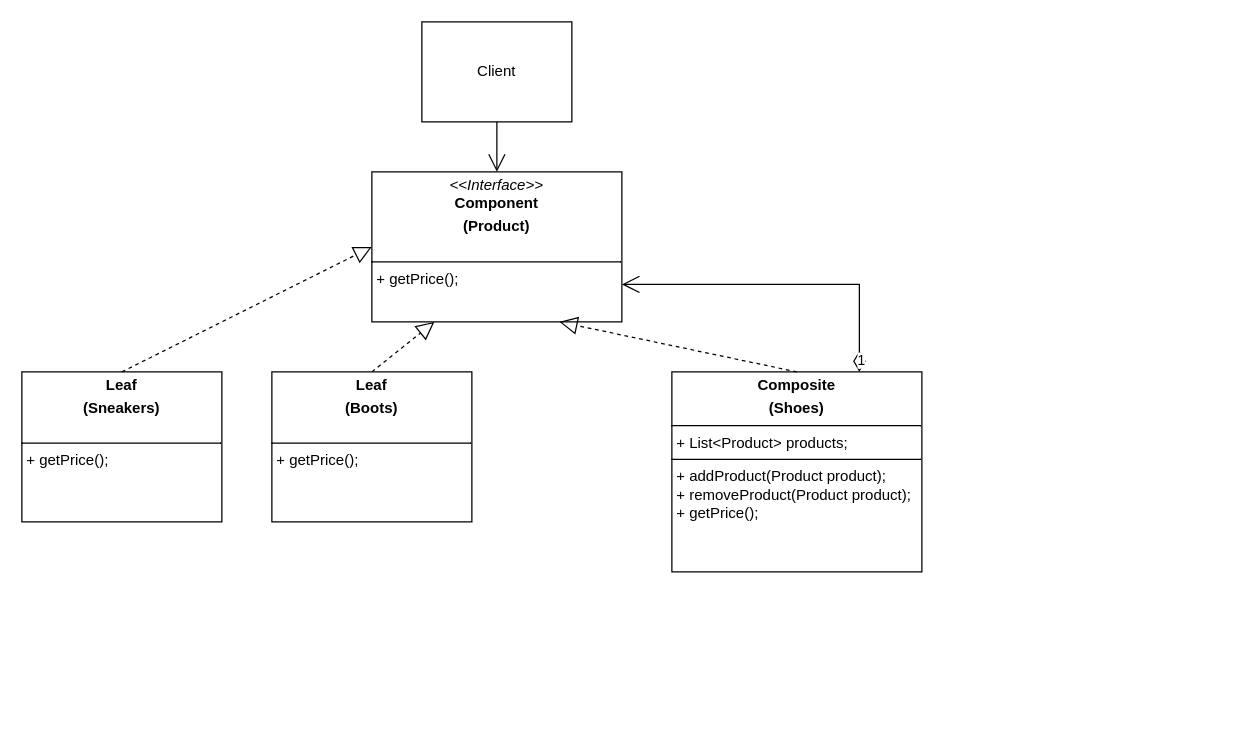
Earlier version of the draw.io diagram docs/diagrams/structural/composite.drawio (AntonKhliebnikov/GoF-Patterns). Source tidied: cells renumbered, new cells numbered last; positions are measured from the earlier drawing's top-left corner, leaving out a move shared by most shapes. Both pictures are drawn from the tidied source at 125%, with x=0, y=0 at pixel (21, 21).
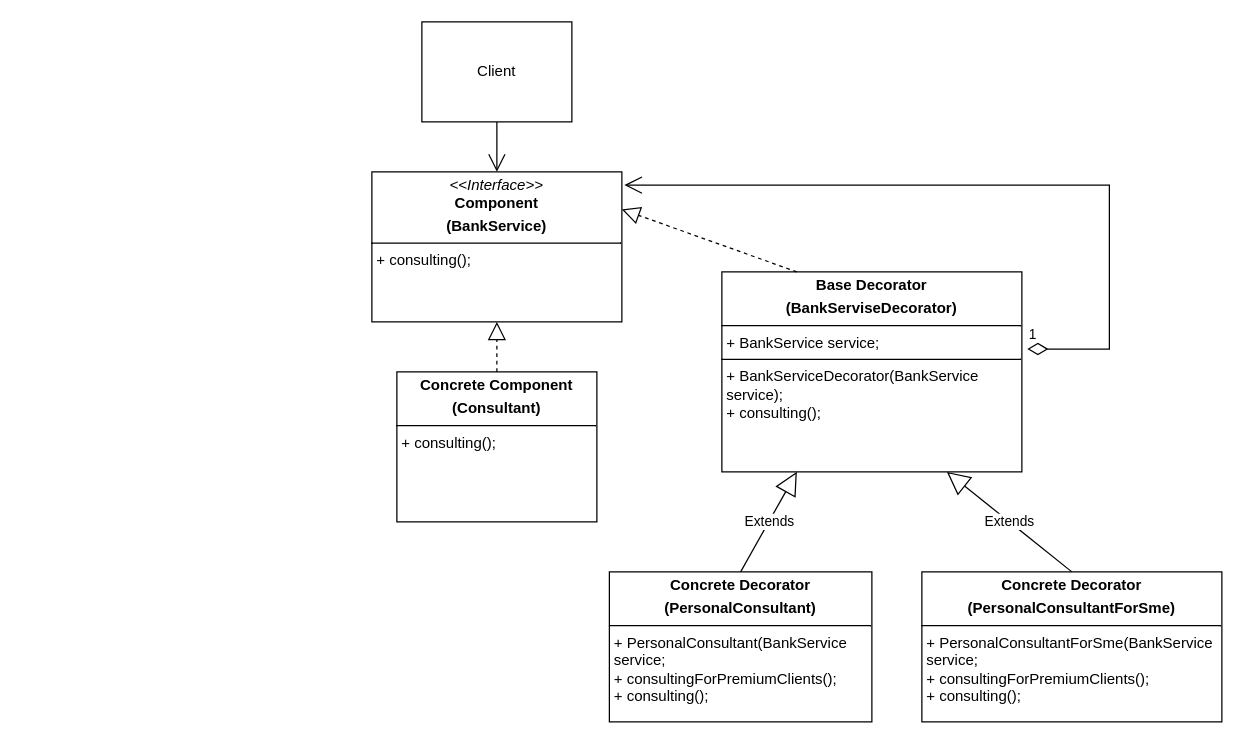
The same page after the edit.

Commit message (it also covers changes not shown here):
Implemented Decorator pattern, Add diagram for Decorator pattern

The edit, as a diff of the source:
```diff
@@
 <mxGraphModel>
   <root>
     <mxCell id="0" />
     <mxCell id="1" parent="0" />
-    <mxCell id="2" value="&lt;p style=&quot;margin:0px;margin-top:4px;text-align:center;&quot;&gt;&lt;i&gt;&amp;lt;&amp;lt;Interface&amp;gt;&amp;gt;&lt;/i&gt;&lt;br&gt;&lt;b&gt;Component&lt;/b&gt;&lt;/p&gt;&lt;p style=&quot;margin:0px;margin-top:4px;text-align:center;&quot;&gt;&lt;b&gt;(Product)&lt;/b&gt;&lt;/p&gt;&lt;p style=&quot;margin:0px;margin-left:4px;&quot;&gt;&lt;br&gt;&lt;/p&gt;&lt;hr size=&quot;1&quot; style=&quot;border-style:solid;&quot;&gt;&lt;p style=&quot;margin:0px;margin-left:4px;&quot;&gt;+ getPrice();&lt;br&gt;&lt;br&gt;&lt;/p&gt;" style="verticalAlign=top;align=left;overflow=fill;html=1;whiteSpace=wrap;" parent="1" vertex="1">
+    <mxCell id="2" value="&lt;p style=&quot;margin:0px;margin-top:4px;text-align:center;&quot;&gt;&lt;i&gt;&amp;lt;&amp;lt;Interface&amp;gt;&amp;gt;&lt;/i&gt;&lt;br&gt;&lt;b&gt;Component&lt;/b&gt;&lt;/p&gt;&lt;p style=&quot;margin:0px;margin-top:4px;text-align:center;&quot;&gt;&lt;b&gt;(BankService)&lt;/b&gt;&lt;/p&gt;&lt;hr size=&quot;1&quot; style=&quot;border-style:solid;&quot;&gt;&lt;p style=&quot;margin:0px;margin-left:4px;&quot;&gt;+ consulting();&lt;br&gt;&lt;br&gt;&lt;/p&gt;" style="verticalAlign=top;align=left;overflow=fill;html=1;whiteSpace=wrap;" parent="1" vertex="1">
       <mxGeometry x="280" y="120" width="200" height="120" as="geometry" />
     </mxCell>
     <mxCell id="3" value="Client" style="html=1;whiteSpace=wrap;" parent="1" vertex="1">
       <mxGeometry x="320" width="120" height="80" as="geometry" />
     </mxCell>
-    <mxCell id="4" value="&lt;p style=&quot;margin:0px;margin-top:4px;text-align:center;&quot;&gt;&lt;b&gt;Leaf&lt;/b&gt;&lt;/p&gt;&lt;p style=&quot;margin:0px;margin-top:4px;text-align:center;&quot;&gt;&lt;b&gt;(Boots)&lt;/b&gt;&lt;/p&gt;&lt;p style=&quot;margin:0px;margin-left:4px;&quot;&gt;&lt;br&gt;&lt;/p&gt;&lt;hr size=&quot;1&quot; style=&quot;border-style:solid;&quot;&gt;&lt;p style=&quot;margin:0px;margin-left:4px;&quot;&gt;+ getPrice();&lt;/p&gt;" style="verticalAlign=top;align=left;overflow=fill;html=1;whiteSpace=wrap;" parent="1" vertex="1">
-      <mxGeometry x="200" y="280" width="160" height="120" as="geometry" />
+    <mxCell id="4" value="&lt;p style=&quot;margin:0px;margin-top:4px;text-align:center;&quot;&gt;&lt;b&gt;Concrete Component&lt;/b&gt;&lt;/p&gt;&lt;p style=&quot;margin:0px;margin-top:4px;text-align:center;&quot;&gt;&lt;b&gt;(Consultant)&lt;/b&gt;&lt;/p&gt;&lt;hr size=&quot;1&quot; style=&quot;border-style:solid;&quot;&gt;&lt;p style=&quot;margin:0px;margin-left:4px;&quot;&gt;+ consulting();&lt;/p&gt;" style="verticalAlign=top;align=left;overflow=fill;html=1;whiteSpace=wrap;" parent="1" vertex="1">
+      <mxGeometry x="300" y="280" width="160" height="120" as="geometry" />
     </mxCell>
-    <mxCell id="5" value="&lt;p style=&quot;margin:0px;margin-top:4px;text-align:center;&quot;&gt;&lt;b&gt;Leaf&lt;/b&gt;&lt;/p&gt;&lt;p style=&quot;margin:0px;margin-top:4px;text-align:center;&quot;&gt;&lt;b&gt;(Sneakers)&lt;/b&gt;&lt;/p&gt;&lt;p style=&quot;margin:0px;margin-left:4px;&quot;&gt;&lt;br&gt;&lt;/p&gt;&lt;hr size=&quot;1&quot; style=&quot;border-style:solid;&quot;&gt;&lt;p style=&quot;margin:0px;margin-left:4px;&quot;&gt;+ getPrice();&lt;/p&gt;" style="verticalAlign=top;align=left;overflow=fill;html=1;whiteSpace=wrap;" parent="1" vertex="1">
-      <mxGeometry y="280" width="160" height="120" as="geometry" />
-    </mxCell>
-    <mxCell id="6" value="&lt;p style=&quot;margin:0px;margin-top:4px;text-align:center;&quot;&gt;&lt;b&gt;Composite&lt;/b&gt;&lt;/p&gt;&lt;p style=&quot;margin:0px;margin-top:4px;text-align:center;&quot;&gt;&lt;b&gt;(Shoes)&lt;/b&gt;&lt;/p&gt;&lt;hr size=&quot;1&quot; style=&quot;border-style:solid;&quot;&gt;&lt;p style=&quot;margin:0px;margin-left:4px;&quot;&gt;+ List&amp;lt;Product&amp;gt; products;&lt;/p&gt;&lt;hr size=&quot;1&quot; style=&quot;border-style:solid;&quot;&gt;&lt;p style=&quot;margin:0px;margin-left:4px;&quot;&gt;+ addProduct(Product product);&lt;/p&gt;&lt;p style=&quot;margin:0px;margin-left:4px;&quot;&gt;+ removeProduct(Product product);&lt;/p&gt;&lt;p style=&quot;margin:0px;margin-left:4px;&quot;&gt;+ getPrice();&lt;/p&gt;" style="verticalAlign=top;align=left;overflow=fill;html=1;whiteSpace=wrap;" parent="1" vertex="1">
-      <mxGeometry x="520" y="280" width="200" height="160" as="geometry" />
+    <mxCell id="6" value="&lt;p style=&quot;margin:0px;margin-top:4px;text-align:center;&quot;&gt;&lt;b&gt;Base Decorator&lt;/b&gt;&lt;/p&gt;&lt;p style=&quot;margin:0px;margin-top:4px;text-align:center;&quot;&gt;&lt;b&gt;(BankServiseDecorator)&lt;/b&gt;&lt;/p&gt;&lt;hr size=&quot;1&quot; style=&quot;border-style:solid;&quot;&gt;&lt;p style=&quot;margin:0px;margin-left:4px;&quot;&gt;+ BankService service;&lt;/p&gt;&lt;hr size=&quot;1&quot; style=&quot;border-style:solid;&quot;&gt;&lt;p style=&quot;margin:0px;margin-left:4px;&quot;&gt;+ BankServiceDecorator(BankService service);&lt;/p&gt;&lt;p style=&quot;margin:0px;margin-left:4px;&quot;&gt;+ consulting();&lt;/p&gt;" style="verticalAlign=top;align=left;overflow=fill;html=1;whiteSpace=wrap;" parent="1" vertex="1">
+      <mxGeometry x="560" y="200" width="240" height="160" as="geometry" />
     </mxCell>
-    <mxCell id="7" style="endArrow=block;dashed=1;endFill=0;endSize=12;html=1;rounded=0;exitX=0.5;exitY=0;exitDx=0;exitDy=0;entryX=0;entryY=0.5;entryDx=0;entryDy=0;" parent="1" edge="1" source="5" target="2">
-      <mxGeometry relative="1" as="geometry" />
-    </mxCell>
+    <mxCell id="11" style="endArrow=open;endFill=1;endSize=12;html=1;rounded=0;exitX=0.5;exitY=1;exitDx=0;exitDy=0;entryX=0.5;entryY=0;entryDx=0;entryDy=0;" parent="1" edge="1" source="3" target="2">
+      <mxGeometry relative="1" as="geometry" />
+    </mxCell>
-    <mxCell id="8" style="endArrow=block;dashed=1;endFill=0;endSize=12;html=1;rounded=0;exitX=0.5;exitY=0;exitDx=0;exitDy=0;entryX=0.25;entryY=1;entryDx=0;entryDy=0;" parent="1" edge="1" source="4" target="2">
+    <mxCell id="8" style="endArrow=block;dashed=1;endFill=0;endSize=12;html=1;rounded=0;exitX=0.5;exitY=0;exitDx=0;exitDy=0;entryX=0.5;entryY=1;entryDx=0;entryDy=0;" parent="1" edge="1" source="4" target="2">
       <mxGeometry relative="1" as="geometry" />
     </mxCell>
-    <mxCell id="9" style="endArrow=block;dashed=1;endFill=0;endSize=12;html=1;rounded=0;exitX=0.5;exitY=0;exitDx=0;exitDy=0;entryX=0.75;entryY=1;entryDx=0;entryDy=0;" parent="1" edge="1" source="6" target="2">
+    <mxCell id="9" style="endArrow=block;dashed=1;endFill=0;endSize=12;html=1;rounded=0;exitX=0.25;exitY=0;exitDx=0;exitDy=0;entryX=1;entryY=0.25;entryDx=0;entryDy=0;" parent="1" edge="1" source="6" target="2">
       <mxGeometry relative="1" as="geometry" />
     </mxCell>
+    <mxCell id="12" value="&lt;p style=&quot;margin:0px;margin-top:4px;text-align:center;&quot;&gt;&lt;b&gt;Concrete Decorator&lt;/b&gt;&lt;/p&gt;&lt;p style=&quot;margin:0px;margin-top:4px;text-align:center;&quot;&gt;&lt;b&gt;(PersonalConsultant)&lt;/b&gt;&lt;/p&gt;&lt;hr size=&quot;1&quot; style=&quot;border-style:solid;&quot;&gt;&lt;p style=&quot;margin:0px;margin-left:4px;&quot;&gt;+ PersonalConsultant(BankService service;&lt;/p&gt;&lt;p style=&quot;margin:0px;margin-left:4px;&quot;&gt;+ consultingForPremiumClients();&lt;/p&gt;&lt;p style=&quot;margin:0px;margin-left:4px;&quot;&gt;+ consulting();&lt;/p&gt;" style="verticalAlign=top;align=left;overflow=fill;html=1;whiteSpace=wrap;" parent="1" vertex="1">
+      <mxGeometry x="470" y="440" width="210" height="120" as="geometry" />
+    </mxCell>
+    <mxCell id="13" value="&lt;p style=&quot;margin:0px;margin-top:4px;text-align:center;&quot;&gt;&lt;b&gt;Concrete Decorator&lt;/b&gt;&lt;/p&gt;&lt;p style=&quot;margin:0px;margin-top:4px;text-align:center;&quot;&gt;&lt;b&gt;(PersonalConsultantForSme)&lt;/b&gt;&lt;/p&gt;&lt;hr size=&quot;1&quot; style=&quot;border-style:solid;&quot;&gt;&lt;p style=&quot;margin:0px;margin-left:4px;&quot;&gt;+ PersonalConsultantForSme(BankService service;&lt;/p&gt;&lt;p style=&quot;margin:0px;margin-left:4px;&quot;&gt;+ consultingForPremiumClients();&lt;/p&gt;&lt;p style=&quot;margin:0px;margin-left:4px;&quot;&gt;+ consulting();&lt;/p&gt;" style="verticalAlign=top;align=left;overflow=fill;html=1;whiteSpace=wrap;" parent="1" vertex="1">
+      <mxGeometry x="720" y="440" width="240" height="120" as="geometry" />
+    </mxCell>
+    <mxCell id="14" value="Extends" style="endArrow=block;endSize=16;endFill=0;html=1;rounded=0;exitX=0.5;exitY=0;exitDx=0;exitDy=0;entryX=0.25;entryY=1;entryDx=0;entryDy=0;" parent="1" edge="1" source="12" target="6">
+      <mxGeometry relative="1" as="geometry" />
+    </mxCell>
+    <mxCell id="15" value="Extends" style="endArrow=block;endSize=16;endFill=0;html=1;rounded=0;exitX=0.5;exitY=0;exitDx=0;exitDy=0;entryX=0.75;entryY=1;entryDx=0;entryDy=0;" parent="1" edge="1" source="13" target="6">
+      <mxGeometry relative="1" as="geometry" />
+    </mxCell>
-    <mxCell id="10" value="1" style="endArrow=open;html=1;endSize=12;startArrow=diamondThin;startSize=14;startFill=0;edgeStyle=orthogonalEdgeStyle;align=left;verticalAlign=bottom;rounded=0;exitX=0.75;exitY=0;exitDx=0;exitDy=0;entryX=1;entryY=0.75;entryDx=0;entryDy=0;" parent="1" edge="1" source="6" target="2">
-      <mxGeometry x="-1" y="3" relative="1" as="geometry" />
+    <mxCell id="10" value="1" style="endArrow=open;html=1;endSize=12;startArrow=diamondThin;startSize=14;startFill=0;edgeStyle=orthogonalEdgeStyle;align=left;verticalAlign=bottom;rounded=0;exitX=1.018;exitY=0.386;exitDx=0;exitDy=0;exitPerimeter=0;entryX=1.01;entryY=0.088;entryDx=0;entryDy=0;entryPerimeter=0;" parent="1" edge="1" source="6" target="2">
+      <mxGeometry x="-1" y="3" relative="1" as="geometry">
+        <Array as="points">
+          <mxPoint x="870" y="262" />
+          <mxPoint x="870" y="131" />
+        </Array>
+      </mxGeometry>
     </mxCell>
-    <mxCell id="11" style="endArrow=open;endFill=1;endSize=12;html=1;rounded=0;exitX=0.5;exitY=1;exitDx=0;exitDy=0;entryX=0.5;entryY=0;entryDx=0;entryDy=0;" parent="1" edge="1" source="3" target="2">
-      <mxGeometry relative="1" as="geometry" />
-    </mxCell>
   </root>
 </mxGraphModel>
```
